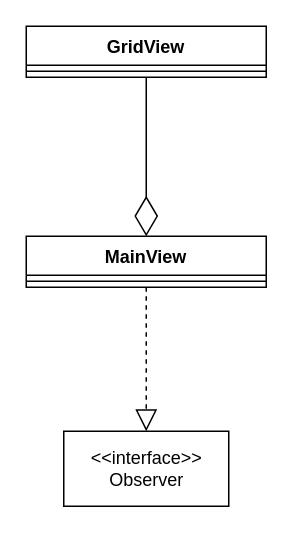
The draw.io diagram specification/view.drawio in mgmu/minesweeper, before the edit. Source tidied: cells renumbered, new cells numbered last; positions are measured from the earlier drawing's top-left corner, leaving out a move shared by most shapes. Both pictures are drawn from the tidied source at 150%, with x=0, y=0 at pixel (26, 26).
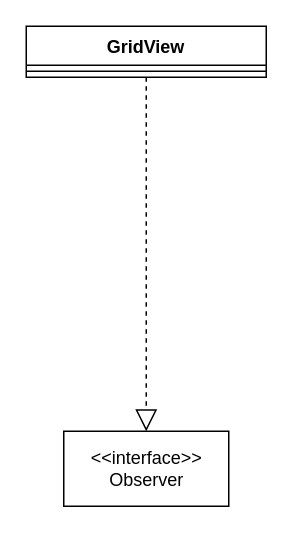
The same diagram, later.

Diff of the diagram source:
```diff
@@
 <mxGraphModel>
   <root>
     <mxCell id="0" />
     <mxCell id="1" parent="0" />
-    <mxCell id="2" value="MainView" style="swimlane;fontStyle=1;align=center;verticalAlign=top;horizontal=1;startSize=26;" parent="1" vertex="1">
-      <mxGeometry y="140" width="160" height="34" as="geometry" />
-    </mxCell>
-    <mxCell id="3" style="line;strokeWidth=1;fillColor=none;align=left;verticalAlign=middle;spacingTop=-1;spacingLeft=3;spacingRight=3;labelPosition=right;strokeColor=inherit;" parent="2" vertex="1">
-      <mxGeometry y="26" width="160" height="8" as="geometry" />
-    </mxCell>
     <mxCell id="4" value="GridView" style="swimlane;fontStyle=1;align=center;verticalAlign=top;horizontal=1;startSize=26;" parent="1" vertex="1">
       <mxGeometry width="160" height="34" as="geometry" />
     </mxCell>
     <mxCell id="5" style="line;strokeWidth=1;fillColor=none;align=left;verticalAlign=middle;spacingTop=-1;spacingLeft=3;spacingRight=3;labelPosition=right;strokeColor=inherit;" parent="4" vertex="1">
       <mxGeometry y="26" width="160" height="8" as="geometry" />
     </mxCell>
     <mxCell id="6" value="&amp;lt;&amp;lt;interface&amp;gt;&amp;gt;&lt;br&gt;Observer" style="html=1;" parent="1" vertex="1">
       <mxGeometry x="25" y="270" width="110" height="50" as="geometry" />
     </mxCell>
-    <mxCell id="7" style="endArrow=block;dashed=1;endFill=0;endSize=12;html=1;rounded=0;" parent="1" edge="1" source="2" target="6">
+    <mxCell id="7" style="endArrow=block;dashed=1;endFill=0;endSize=12;html=1;rounded=0;" parent="1" edge="1" source="4" target="6">
       <mxGeometry relative="1" as="geometry" />
     </mxCell>
-    <mxCell id="8" style="endArrow=diamondThin;endFill=0;endSize=24;html=1;rounded=0;" parent="1" edge="1" source="4" target="2">
-      <mxGeometry relative="1" as="geometry" />
-    </mxCell>
   </root>
 </mxGraphModel>
```
